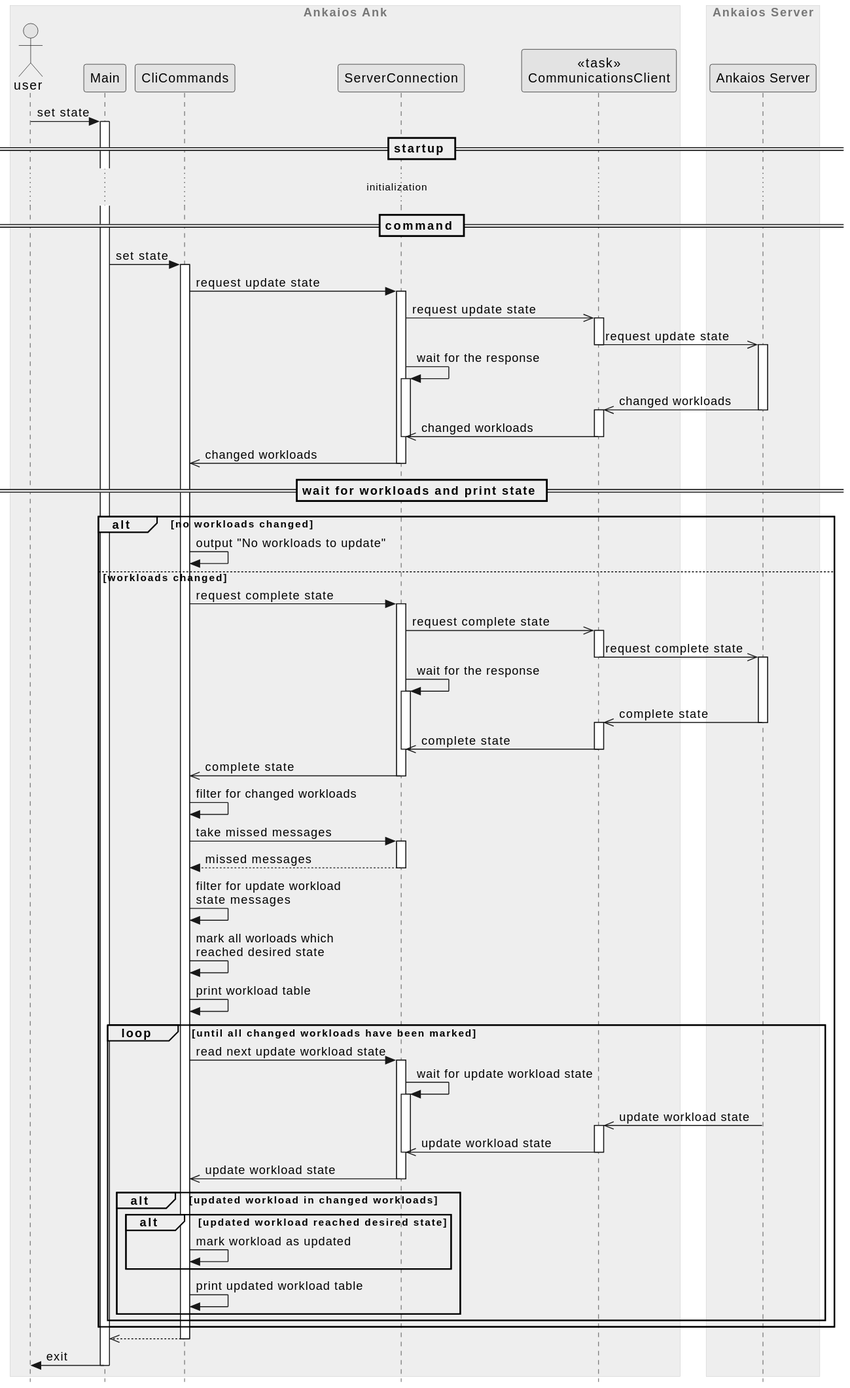
This is ank/doc/swdesign/plantuml/seq_set_state.svg from eclipse-ankaios/ankaios, a PlantUML export, as it was before one commit.
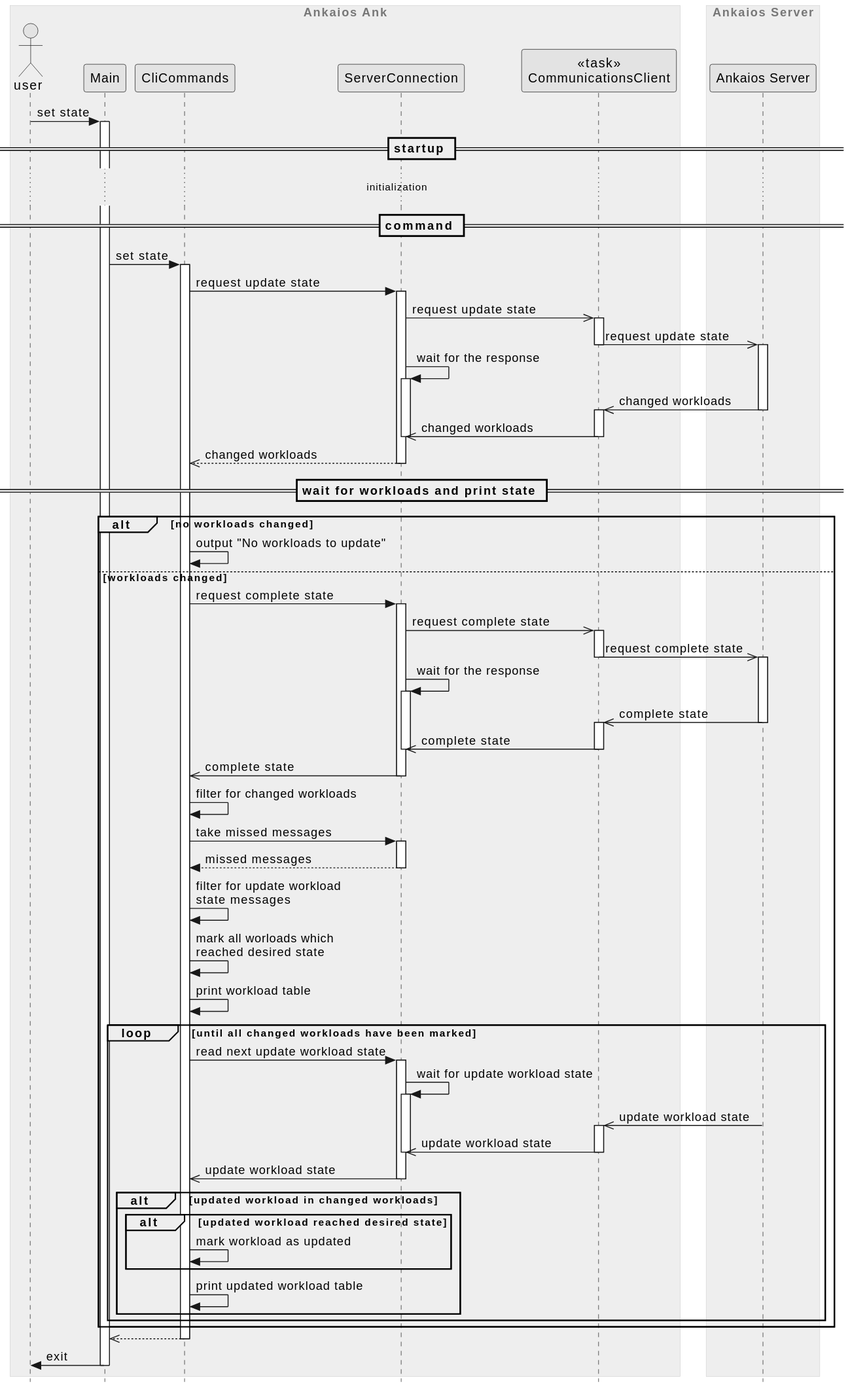
The same file after the commit.

Diff of the diagram source:
```diff
@@ -31,7 +31,7 @@
 communications_client <<- server --++: changed workloads
 server_connection <<- communications_client --: changed workloads
 deactivate server_connection
-cli_commands <<- server_connection--: changed workloads
+cli_commands <<-- server_connection--: changed workloads
 
 == wait for workloads and print state ==
 
```
